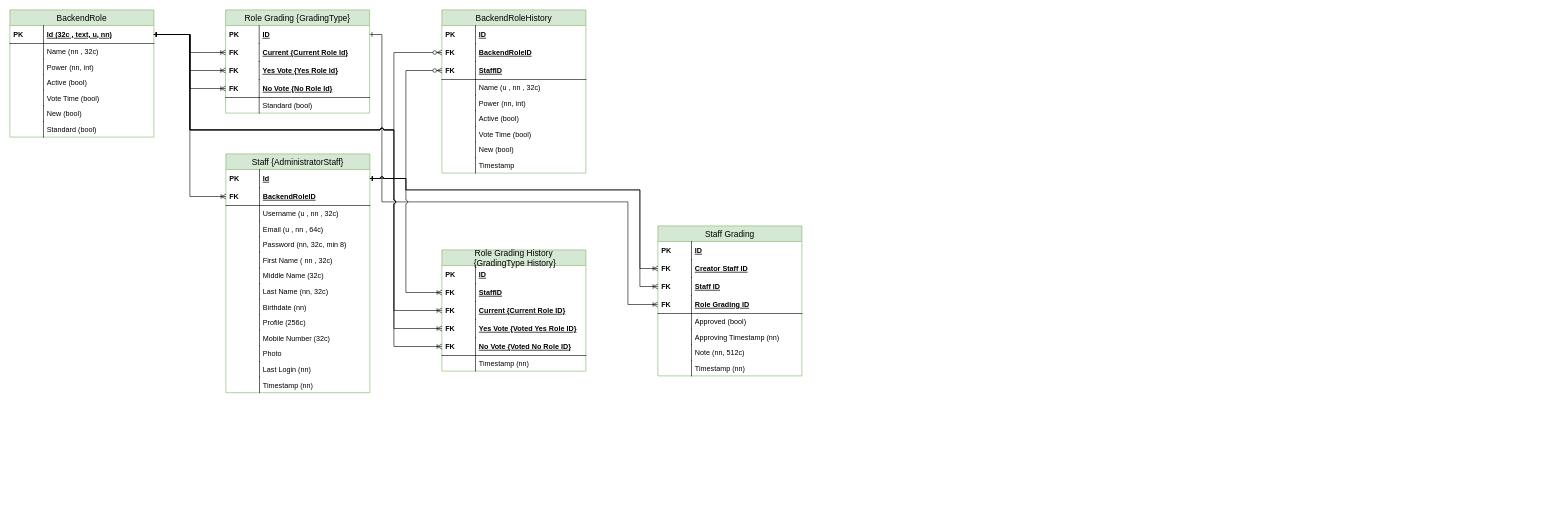
Above: docs/Database Diagram.drawio in kosartofiq/Kurdish-Language (draw.io), before the change. Source tidied: cells renumbered, new cells numbered last; positions are measured from the earlier drawing's top-left corner, leaving out a move shared by most shapes. Both pictures are drawn from the tidied source at 60%, with x=0, y=0 at pixel (10, 10).
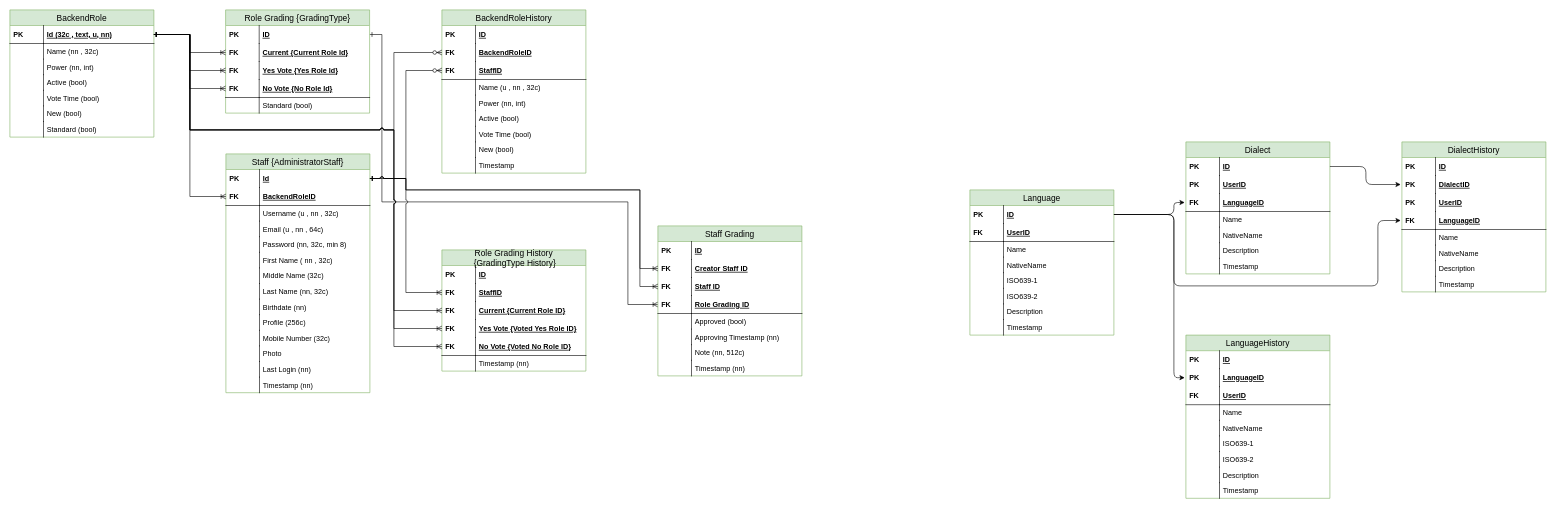
The same page after the edit.

Commit message:
update database diagram

What changed in the source:
```diff
@@
+    <mxCell id="119" value="DialectHistory" style="swimlane;fontStyle=0;horizontal=1;startSize=26;fillColor=#d5e8d4;swimlaneFillColor=#ffffff;align=center;fontSize=14;strokeColor=#82b366;" parent="1" vertex="1">
+      <mxGeometry x="2320" y="220" width="240" height="250" as="geometry" />
+    </mxCell>
+    <mxCell id="120" value="ID" style="shape=partialRectangle;top=0;left=0;right=0;bottom=0;align=left;verticalAlign=middle;fillColor=none;spacingLeft=60;spacingRight=4;overflow=hidden;fontStyle=5;fontSize=12;" parent="119" vertex="1">
+      <mxGeometry y="26" width="240" height="30" as="geometry" />
+    </mxCell>
+    <mxCell id="121" value="PK" style="shape=partialRectangle;fontStyle=1;top=0;left=0;bottom=0;fillColor=none;align=left;verticalAlign=middle;spacingLeft=4;spacingRight=4;overflow=hidden;fontSize=12;" parent="120" vertex="1">
+      <mxGeometry width="56" height="30" as="geometry" />
+    </mxCell>
+    <mxCell id="122" value="DialectID" style="shape=partialRectangle;top=0;left=0;right=0;bottom=0;align=left;verticalAlign=middle;fillColor=none;spacingLeft=60;spacingRight=4;overflow=hidden;points=[[0,0.5],[1,0.5]];portConstraint=eastwest;fontStyle=5;fontSize=12;" parent="119" vertex="1">
+      <mxGeometry y="56" width="240" height="30" as="geometry" />
+    </mxCell>
+    <mxCell id="123" value="PK" style="shape=partialRectangle;fontStyle=1;top=0;left=0;bottom=0;fillColor=none;align=left;verticalAlign=middle;spacingLeft=4;spacingRight=4;overflow=hidden;fontSize=12;" parent="122" vertex="1">
+      <mxGeometry width="56" height="30" as="geometry" />
+    </mxCell>
+    <mxCell id="124" value="UserID" style="shape=partialRectangle;top=0;left=0;right=0;bottom=0;align=left;verticalAlign=middle;fillColor=none;spacingLeft=60;spacingRight=4;overflow=hidden;fontStyle=5;fontSize=12;" parent="119" vertex="1">
+      <mxGeometry y="86" width="240" height="30" as="geometry" />
+    </mxCell>
+    <mxCell id="125" value="PK" style="shape=partialRectangle;fontStyle=1;top=0;left=0;bottom=0;fillColor=none;align=left;verticalAlign=middle;spacingLeft=4;spacingRight=4;overflow=hidden;fontSize=12;" parent="124" vertex="1">
+      <mxGeometry width="56" height="30" as="geometry" />
+    </mxCell>
+    <mxCell id="126" value="LanguageID" style="shape=partialRectangle;top=0;left=0;right=0;bottom=1;align=left;verticalAlign=middle;fillColor=none;spacingLeft=60;spacingRight=4;overflow=hidden;points=[[0,0.5],[1,0.5]];portConstraint=eastwest;fontStyle=5;fontSize=12;" parent="119" vertex="1">
+      <mxGeometry y="116" width="240" height="30" as="geometry" />
+    </mxCell>
+    <mxCell id="127" value="FK" style="shape=partialRectangle;fontStyle=1;top=0;left=0;bottom=0;fillColor=none;align=left;verticalAlign=middle;spacingLeft=4;spacingRight=4;overflow=hidden;fontSize=12;" parent="126" vertex="1">
+      <mxGeometry width="56" height="30" as="geometry" />
+    </mxCell>
+    <mxCell id="128" value="Name" style="shape=partialRectangle;top=0;left=0;right=0;bottom=0;align=left;verticalAlign=top;fillColor=none;spacingLeft=60;spacingRight=4;overflow=hidden;fontSize=12;" parent="119" vertex="1">
+      <mxGeometry y="146" width="240" height="26" as="geometry" />
+    </mxCell>
+    <mxCell id="129" style="shape=partialRectangle;top=0;left=0;bottom=0;fillColor=none;align=left;verticalAlign=top;spacingLeft=4;spacingRight=4;overflow=hidden;fontSize=12;" parent="128" vertex="1">
+      <mxGeometry width="56" height="26" as="geometry" />
+    </mxCell>
+    <mxCell id="130" value="NativeName" style="shape=partialRectangle;top=0;left=0;right=0;bottom=0;align=left;verticalAlign=top;fillColor=none;spacingLeft=60;spacingRight=4;overflow=hidden;fontSize=12;" parent="119" vertex="1">
+      <mxGeometry y="172" width="240" height="26" as="geometry" />
+    </mxCell>
+    <mxCell id="131" style="shape=partialRectangle;top=0;left=0;bottom=0;fillColor=none;align=left;verticalAlign=top;spacingLeft=4;spacingRight=4;overflow=hidden;fontSize=12;" parent="130" vertex="1">
+      <mxGeometry width="56" height="26" as="geometry" />
+    </mxCell>
+    <mxCell id="132" value="Description" style="shape=partialRectangle;top=0;left=0;right=0;bottom=0;align=left;verticalAlign=top;fillColor=none;spacingLeft=60;spacingRight=4;overflow=hidden;fontSize=12;" parent="119" vertex="1">
+      <mxGeometry y="198" width="240" height="26" as="geometry" />
+    </mxCell>
+    <mxCell id="133" style="shape=partialRectangle;top=0;left=0;bottom=0;fillColor=none;align=left;verticalAlign=top;spacingLeft=4;spacingRight=4;overflow=hidden;fontSize=12;" parent="132" vertex="1">
+      <mxGeometry width="56" height="26" as="geometry" />
+    </mxCell>
+    <mxCell id="134" value="Timestamp" style="shape=partialRectangle;top=0;left=0;right=0;bottom=0;align=left;verticalAlign=top;fillColor=none;spacingLeft=60;spacingRight=4;overflow=hidden;fontSize=12;" parent="119" vertex="1">
+      <mxGeometry y="224" width="240" height="26" as="geometry" />
+    </mxCell>
+    <mxCell id="135" style="shape=partialRectangle;top=0;left=0;bottom=0;fillColor=none;align=left;verticalAlign=top;spacingLeft=4;spacingRight=4;overflow=hidden;fontSize=12;" parent="134" vertex="1">
+      <mxGeometry width="56" height="26" as="geometry" />
+    </mxCell>
+    <mxCell id="136" value="Dialect" style="swimlane;fontStyle=0;horizontal=1;startSize=26;fillColor=#d5e8d4;swimlaneFillColor=#ffffff;align=center;fontSize=14;strokeColor=#82b366;" parent="1" vertex="1">
+      <mxGeometry x="1960" y="220" width="240" height="220" as="geometry" />
+    </mxCell>
+    <mxCell id="137" value="ID" style="shape=partialRectangle;top=0;left=0;right=0;bottom=0;align=left;verticalAlign=middle;fillColor=none;spacingLeft=60;spacingRight=4;overflow=hidden;points=[[0,0.5],[1,0.5]];portConstraint=eastwest;fontStyle=5;fontSize=12;" parent="136" vertex="1">
+      <mxGeometry y="26" width="240" height="30" as="geometry" />
+    </mxCell>
+    <mxCell id="138" value="PK" style="shape=partialRectangle;fontStyle=1;top=0;left=0;bottom=0;fillColor=none;align=left;verticalAlign=middle;spacingLeft=4;spacingRight=4;overflow=hidden;fontSize=12;" parent="137" vertex="1">
+      <mxGeometry width="56" height="30" as="geometry" />
+    </mxCell>
+    <mxCell id="139" value="UserID" style="shape=partialRectangle;top=0;left=0;right=0;bottom=0;align=left;verticalAlign=middle;fillColor=none;spacingLeft=60;spacingRight=4;overflow=hidden;fontStyle=5;fontSize=12;" parent="136" vertex="1">
+      <mxGeometry y="56" width="240" height="30" as="geometry" />
+    </mxCell>
+    <mxCell id="140" value="PK" style="shape=partialRectangle;fontStyle=1;top=0;left=0;bottom=0;fillColor=none;align=left;verticalAlign=middle;spacingLeft=4;spacingRight=4;overflow=hidden;fontSize=12;" parent="139" vertex="1">
+      <mxGeometry width="56" height="30" as="geometry" />
+    </mxCell>
+    <mxCell id="141" value="LanguageID" style="shape=partialRectangle;top=0;left=0;right=0;bottom=1;align=left;verticalAlign=middle;fillColor=none;spacingLeft=60;spacingRight=4;overflow=hidden;points=[[0,0.5],[1,0.5]];portConstraint=eastwest;fontStyle=5;fontSize=12;" parent="136" vertex="1">
+      <mxGeometry y="86" width="240" height="30" as="geometry" />
+    </mxCell>
+    <mxCell id="142" value="FK" style="shape=partialRectangle;fontStyle=1;top=0;left=0;bottom=0;fillColor=none;align=left;verticalAlign=middle;spacingLeft=4;spacingRight=4;overflow=hidden;fontSize=12;" parent="141" vertex="1">
+      <mxGeometry width="56" height="30" as="geometry" />
+    </mxCell>
+    <mxCell id="143" value="Name" style="shape=partialRectangle;top=0;left=0;right=0;bottom=0;align=left;verticalAlign=top;fillColor=none;spacingLeft=60;spacingRight=4;overflow=hidden;fontSize=12;" parent="136" vertex="1">
+      <mxGeometry y="116" width="240" height="26" as="geometry" />
+    </mxCell>
+    <mxCell id="144" style="shape=partialRectangle;top=0;left=0;bottom=0;fillColor=none;align=left;verticalAlign=top;spacingLeft=4;spacingRight=4;overflow=hidden;fontSize=12;" parent="143" vertex="1">
+      <mxGeometry width="56" height="26" as="geometry" />
+    </mxCell>
+    <mxCell id="145" value="NativeName" style="shape=partialRectangle;top=0;left=0;right=0;bottom=0;align=left;verticalAlign=top;fillColor=none;spacingLeft=60;spacingRight=4;overflow=hidden;fontSize=12;" parent="136" vertex="1">
+      <mxGeometry y="142" width="240" height="26" as="geometry" />
+    </mxCell>
+    <mxCell id="146" style="shape=partialRectangle;top=0;left=0;bottom=0;fillColor=none;align=left;verticalAlign=top;spacingLeft=4;spacingRight=4;overflow=hidden;fontSize=12;" parent="145" vertex="1">
+      <mxGeometry width="56" height="26" as="geometry" />
+    </mxCell>
+    <mxCell id="147" value="Description" style="shape=partialRectangle;top=0;left=0;right=0;bottom=0;align=left;verticalAlign=top;fillColor=none;spacingLeft=60;spacingRight=4;overflow=hidden;fontSize=12;" parent="136" vertex="1">
+      <mxGeometry y="168" width="240" height="26" as="geometry" />
+    </mxCell>
+    <mxCell id="148" style="shape=partialRectangle;top=0;left=0;bottom=0;fillColor=none;align=left;verticalAlign=top;spacingLeft=4;spacingRight=4;overflow=hidden;fontSize=12;" parent="147" vertex="1">
+      <mxGeometry width="56" height="26" as="geometry" />
+    </mxCell>
+    <mxCell id="149" value="Timestamp" style="shape=partialRectangle;top=0;left=0;right=0;bottom=0;align=left;verticalAlign=top;fillColor=none;spacingLeft=60;spacingRight=4;overflow=hidden;fontSize=12;" parent="136" vertex="1">
+      <mxGeometry y="194" width="240" height="26" as="geometry" />
+    </mxCell>
+    <mxCell id="150" style="shape=partialRectangle;top=0;left=0;bottom=0;fillColor=none;align=left;verticalAlign=top;spacingLeft=4;spacingRight=4;overflow=hidden;fontSize=12;" parent="149" vertex="1">
+      <mxGeometry width="56" height="26" as="geometry" />
+    </mxCell>
+    <mxCell id="151" value="Language" style="swimlane;fontStyle=0;horizontal=1;startSize=26;fillColor=#d5e8d4;swimlaneFillColor=#ffffff;align=center;fontSize=14;strokeColor=#82b366;" parent="1" vertex="1">
+      <mxGeometry x="1600" y="300" width="240" height="242" as="geometry" />
+    </mxCell>
+    <mxCell id="152" value="ID" style="shape=partialRectangle;top=0;left=0;right=0;bottom=0;align=left;verticalAlign=middle;fillColor=none;spacingLeft=60;spacingRight=4;overflow=hidden;points=[[0,0.5],[1,0.5]];portConstraint=eastwest;fontStyle=5;fontSize=12;" parent="151" vertex="1">
+      <mxGeometry y="26" width="240" height="30" as="geometry" />
+    </mxCell>
+    <mxCell id="153" value="PK" style="shape=partialRectangle;fontStyle=1;top=0;left=0;bottom=0;fillColor=none;align=left;verticalAlign=middle;spacingLeft=4;spacingRight=4;overflow=hidden;fontSize=12;" parent="152" vertex="1">
+      <mxGeometry width="56" height="30" as="geometry" />
+    </mxCell>
+    <mxCell id="154" value="UserID" style="shape=partialRectangle;top=0;left=0;right=0;bottom=1;align=left;verticalAlign=middle;fillColor=none;spacingLeft=60;spacingRight=4;overflow=hidden;fontStyle=5;fontSize=12;" parent="151" vertex="1">
+      <mxGeometry y="56" width="240" height="30" as="geometry" />
+    </mxCell>
+    <mxCell id="155" value="FK" style="shape=partialRectangle;fontStyle=1;top=0;left=0;bottom=0;fillColor=none;align=left;verticalAlign=middle;spacingLeft=4;spacingRight=4;overflow=hidden;fontSize=12;" parent="154" vertex="1">
+      <mxGeometry width="56" height="30" as="geometry" />
+    </mxCell>
+    <mxCell id="156" value="Name" style="shape=partialRectangle;top=0;left=0;right=0;bottom=0;align=left;verticalAlign=top;fillColor=none;spacingLeft=60;spacingRight=4;overflow=hidden;fontSize=12;" parent="151" vertex="1">
+      <mxGeometry y="86" width="240" height="26" as="geometry" />
+    </mxCell>
+    <mxCell id="157" style="shape=partialRectangle;top=0;left=0;bottom=0;fillColor=none;align=left;verticalAlign=top;spacingLeft=4;spacingRight=4;overflow=hidden;fontSize=12;" parent="156" vertex="1">
+      <mxGeometry width="56" height="26" as="geometry" />
+    </mxCell>
+    <mxCell id="158" value="NativeName" style="shape=partialRectangle;top=0;left=0;right=0;bottom=0;align=left;verticalAlign=top;fillColor=none;spacingLeft=60;spacingRight=4;overflow=hidden;fontSize=12;" parent="151" vertex="1">
+      <mxGeometry y="112" width="240" height="26" as="geometry" />
+    </mxCell>
+    <mxCell id="159" style="shape=partialRectangle;top=0;left=0;bottom=0;fillColor=none;align=left;verticalAlign=top;spacingLeft=4;spacingRight=4;overflow=hidden;fontSize=12;" parent="158" vertex="1">
+      <mxGeometry width="56" height="26" as="geometry" />
+    </mxCell>
+    <mxCell id="160" value="ISO639-1" style="shape=partialRectangle;top=0;left=0;right=0;bottom=0;align=left;verticalAlign=top;fillColor=none;spacingLeft=60;spacingRight=4;overflow=hidden;fontSize=12;" parent="151" vertex="1">
+      <mxGeometry y="138" width="240" height="26" as="geometry" />
+    </mxCell>
+    <mxCell id="161" style="shape=partialRectangle;top=0;left=0;bottom=0;fillColor=none;align=left;verticalAlign=top;spacingLeft=4;spacingRight=4;overflow=hidden;fontSize=12;" parent="160" vertex="1">
+      <mxGeometry width="56" height="26" as="geometry" />
+    </mxCell>
+    <mxCell id="162" value="ISO639-2" style="shape=partialRectangle;top=0;left=0;right=0;bottom=0;align=left;verticalAlign=top;fillColor=none;spacingLeft=60;spacingRight=4;overflow=hidden;fontSize=12;" parent="151" vertex="1">
+      <mxGeometry y="164" width="240" height="26" as="geometry" />
+    </mxCell>
+    <mxCell id="163" style="shape=partialRectangle;top=0;left=0;bottom=0;fillColor=none;align=left;verticalAlign=top;spacingLeft=4;spacingRight=4;overflow=hidden;fontSize=12;" parent="162" vertex="1">
+      <mxGeometry width="56" height="26" as="geometry" />
+    </mxCell>
+    <mxCell id="164" value="Description" style="shape=partialRectangle;top=0;left=0;right=0;bottom=0;align=left;verticalAlign=top;fillColor=none;spacingLeft=60;spacingRight=4;overflow=hidden;fontSize=12;" parent="151" vertex="1">
+      <mxGeometry y="190" width="240" height="26" as="geometry" />
+    </mxCell>
+    <mxCell id="165" style="shape=partialRectangle;top=0;left=0;bottom=0;fillColor=none;align=left;verticalAlign=top;spacingLeft=4;spacingRight=4;overflow=hidden;fontSize=12;" parent="164" vertex="1">
+      <mxGeometry width="56" height="26" as="geometry" />
+    </mxCell>
+    <mxCell id="166" value="Timestamp" style="shape=partialRectangle;top=0;left=0;right=0;bottom=0;align=left;verticalAlign=top;fillColor=none;spacingLeft=60;spacingRight=4;overflow=hidden;fontSize=12;" parent="151" vertex="1">
+      <mxGeometry y="216" width="240" height="26" as="geometry" />
+    </mxCell>
+    <mxCell id="167" style="shape=partialRectangle;top=0;left=0;bottom=0;fillColor=none;align=left;verticalAlign=top;spacingLeft=4;spacingRight=4;overflow=hidden;fontSize=12;" parent="166" vertex="1">
+      <mxGeometry width="56" height="26" as="geometry" />
+    </mxCell>
+    <mxCell id="168" value="LanguageHistory" style="swimlane;fontStyle=0;horizontal=1;startSize=26;fillColor=#d5e8d4;swimlaneFillColor=#ffffff;align=center;fontSize=14;strokeColor=#82b366;" parent="1" vertex="1">
+      <mxGeometry x="1960" y="542" width="240" height="272" as="geometry" />
+    </mxCell>
+    <mxCell id="169" value="ID" style="shape=partialRectangle;top=0;left=0;right=0;bottom=0;align=left;verticalAlign=middle;fillColor=none;spacingLeft=60;spacingRight=4;overflow=hidden;fontStyle=5;fontSize=12;" parent="168" vertex="1">
+      <mxGeometry y="26" width="240" height="30" as="geometry" />
+    </mxCell>
+    <mxCell id="170" value="PK" style="shape=partialRectangle;fontStyle=1;top=0;left=0;bottom=0;fillColor=none;align=left;verticalAlign=middle;spacingLeft=4;spacingRight=4;overflow=hidden;fontSize=12;" parent="169" vertex="1">
+      <mxGeometry width="56" height="30" as="geometry" />
+    </mxCell>
+    <mxCell id="171" value="LanguageID" style="shape=partialRectangle;top=0;left=0;right=0;bottom=0;align=left;verticalAlign=middle;fillColor=none;spacingLeft=60;spacingRight=4;overflow=hidden;points=[[0,0.5],[1,0.5]];portConstraint=eastwest;fontStyle=5;fontSize=12;" parent="168" vertex="1">
+      <mxGeometry y="56" width="240" height="30" as="geometry" />
+    </mxCell>
+    <mxCell id="172" value="PK" style="shape=partialRectangle;fontStyle=1;top=0;left=0;bottom=0;fillColor=none;align=left;verticalAlign=middle;spacingLeft=4;spacingRight=4;overflow=hidden;fontSize=12;" parent="171" vertex="1">
+      <mxGeometry width="56" height="30" as="geometry" />
+    </mxCell>
+    <mxCell id="173" value="UserID" style="shape=partialRectangle;top=0;left=0;right=0;bottom=1;align=left;verticalAlign=middle;fillColor=none;spacingLeft=60;spacingRight=4;overflow=hidden;fontStyle=5;fontSize=12;" parent="168" vertex="1">
+      <mxGeometry y="86" width="240" height="30" as="geometry" />
+    </mxCell>
+    <mxCell id="174" value="FK" style="shape=partialRectangle;fontStyle=1;top=0;left=0;bottom=0;fillColor=none;align=left;verticalAlign=middle;spacingLeft=4;spacingRight=4;overflow=hidden;fontSize=12;" parent="173" vertex="1">
+      <mxGeometry width="56" height="30" as="geometry" />
+    </mxCell>
+    <mxCell id="175" value="Name" style="shape=partialRectangle;top=0;left=0;right=0;bottom=0;align=left;verticalAlign=top;fillColor=none;spacingLeft=60;spacingRight=4;overflow=hidden;fontSize=12;" parent="168" vertex="1">
+      <mxGeometry y="116" width="240" height="26" as="geometry" />
+    </mxCell>
+    <mxCell id="176" style="shape=partialRectangle;top=0;left=0;bottom=0;fillColor=none;align=left;verticalAlign=top;spacingLeft=4;spacingRight=4;overflow=hidden;fontSize=12;" parent="175" vertex="1">
+      <mxGeometry width="56" height="26" as="geometry" />
+    </mxCell>
+    <mxCell id="177" value="NativeName" style="shape=partialRectangle;top=0;left=0;right=0;bottom=0;align=left;verticalAlign=top;fillColor=none;spacingLeft=60;spacingRight=4;overflow=hidden;fontSize=12;" parent="168" vertex="1">
+      <mxGeometry y="142" width="240" height="26" as="geometry" />
+    </mxCell>
+    <mxCell id="178" style="shape=partialRectangle;top=0;left=0;bottom=0;fillColor=none;align=left;verticalAlign=top;spacingLeft=4;spacingRight=4;overflow=hidden;fontSize=12;" parent="177" vertex="1">
+      <mxGeometry width="56" height="26" as="geometry" />
+    </mxCell>
+    <mxCell id="179" value="ISO639-1" style="shape=partialRectangle;top=0;left=0;right=0;bottom=0;align=left;verticalAlign=top;fillColor=none;spacingLeft=60;spacingRight=4;overflow=hidden;fontSize=12;" parent="168" vertex="1">
+      <mxGeometry y="168" width="240" height="26" as="geometry" />
+    </mxCell>
+    <mxCell id="180" style="shape=partialRectangle;top=0;left=0;bottom=0;fillColor=none;align=left;verticalAlign=top;spacingLeft=4;spacingRight=4;overflow=hidden;fontSize=12;" parent="179" vertex="1">
+      <mxGeometry width="56" height="26" as="geometry" />
+    </mxCell>
+    <mxCell id="181" value="ISO639-2" style="shape=partialRectangle;top=0;left=0;right=0;bottom=0;align=left;verticalAlign=top;fillColor=none;spacingLeft=60;spacingRight=4;overflow=hidden;fontSize=12;" parent="168" vertex="1">
+      <mxGeometry y="194" width="240" height="26" as="geometry" />
+    </mxCell>
+    <mxCell id="182" style="shape=partialRectangle;top=0;left=0;bottom=0;fillColor=none;align=left;verticalAlign=top;spacingLeft=4;spacingRight=4;overflow=hidden;fontSize=12;" parent="181" vertex="1">
+      <mxGeometry width="56" height="26" as="geometry" />
+    </mxCell>
+    <mxCell id="183" value="Description" style="shape=partialRectangle;top=0;left=0;right=0;bottom=0;align=left;verticalAlign=top;fillColor=none;spacingLeft=60;spacingRight=4;overflow=hidden;fontSize=12;" parent="168" vertex="1">
+      <mxGeometry y="220" width="240" height="26" as="geometry" />
+    </mxCell>
+    <mxCell id="184" style="shape=partialRectangle;top=0;left=0;bottom=0;fillColor=none;align=left;verticalAlign=top;spacingLeft=4;spacingRight=4;overflow=hidden;fontSize=12;" parent="183" vertex="1">
+      <mxGeometry width="56" height="26" as="geometry" />
+    </mxCell>
+    <mxCell id="185" value="Timestamp" style="shape=partialRectangle;top=0;left=0;right=0;bottom=0;align=left;verticalAlign=top;fillColor=none;spacingLeft=60;spacingRight=4;overflow=hidden;fontSize=12;" parent="168" vertex="1">
+      <mxGeometry y="246" width="240" height="26" as="geometry" />
+    </mxCell>
+    <mxCell id="186" style="shape=partialRectangle;top=0;left=0;bottom=0;fillColor=none;align=left;verticalAlign=top;spacingLeft=4;spacingRight=4;overflow=hidden;fontSize=12;" parent="185" vertex="1">
+      <mxGeometry width="56" height="26" as="geometry" />
+    </mxCell>
+    <mxCell id="187" style="edgeStyle=orthogonalEdgeStyle;comic=0;jumpStyle=arc;jumpSize=12;jettySize=auto;html=1;shadow=0;startFill=0;endFill=1;endSize=6;targetPerimeterSpacing=2;strokeWidth=1;" parent="1" edge="1" source="152" target="171">
+      <mxGeometry relative="1" as="geometry">
+        <Array as="points">
+          <mxPoint x="1940" y="341" />
+          <mxPoint x="1940" y="613" />
+        </Array>
+      </mxGeometry>
+    </mxCell>
+    <mxCell id="188" style="edgeStyle=orthogonalEdgeStyle;comic=0;jumpStyle=arc;jumpSize=12;jettySize=auto;html=1;shadow=0;startFill=0;endFill=1;endSize=6;targetPerimeterSpacing=2;strokeWidth=1;" parent="1" edge="1" source="152" target="141">
+      <mxGeometry relative="1" as="geometry">
+        <Array as="points">
+          <mxPoint x="1940" y="341" />
+          <mxPoint x="1940" y="321" />
+        </Array>
+      </mxGeometry>
+    </mxCell>
+    <mxCell id="189" style="edgeStyle=orthogonalEdgeStyle;comic=0;jumpStyle=arc;jumpSize=12;jettySize=auto;html=1;shadow=0;startFill=0;endFill=1;endSize=6;targetPerimeterSpacing=2;strokeWidth=1;" parent="1" edge="1" source="137" target="122">
+      <mxGeometry relative="1" as="geometry" />
+    </mxCell>
+    <mxCell id="190" style="edgeStyle=orthogonalEdgeStyle;comic=0;jumpStyle=arc;jumpSize=12;jettySize=auto;html=1;shadow=0;startFill=0;endFill=1;endSize=6;targetPerimeterSpacing=2;strokeWidth=1;" parent="1" edge="1" source="152" target="126">
+      <mxGeometry relative="1" as="geometry">
+        <Array as="points">
+          <mxPoint x="1940" y="341" />
+          <mxPoint x="1940" y="460" />
+          <mxPoint x="2280" y="460" />
+          <mxPoint x="2280" y="351" />
+        </Array>
+      </mxGeometry>
+    </mxCell>
```
